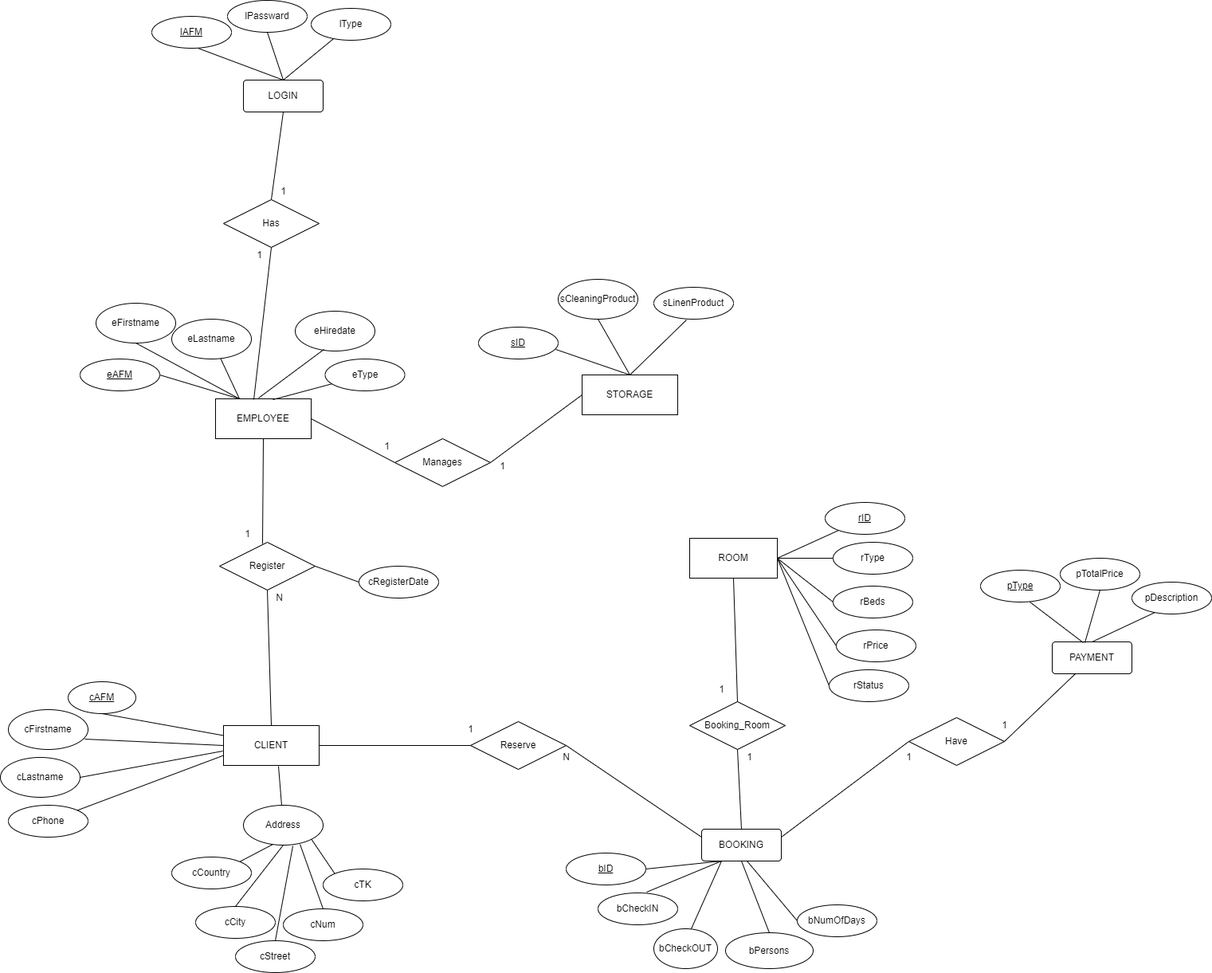
Earlier version of the draw.io export HotelReservationDB.drawio.png (chrmand/HotelReservationApp). Source tidied: cells renumbered, new cells last; positions are measured from the earlier drawing's top-left corner, leaving out a move shared by most shapes.
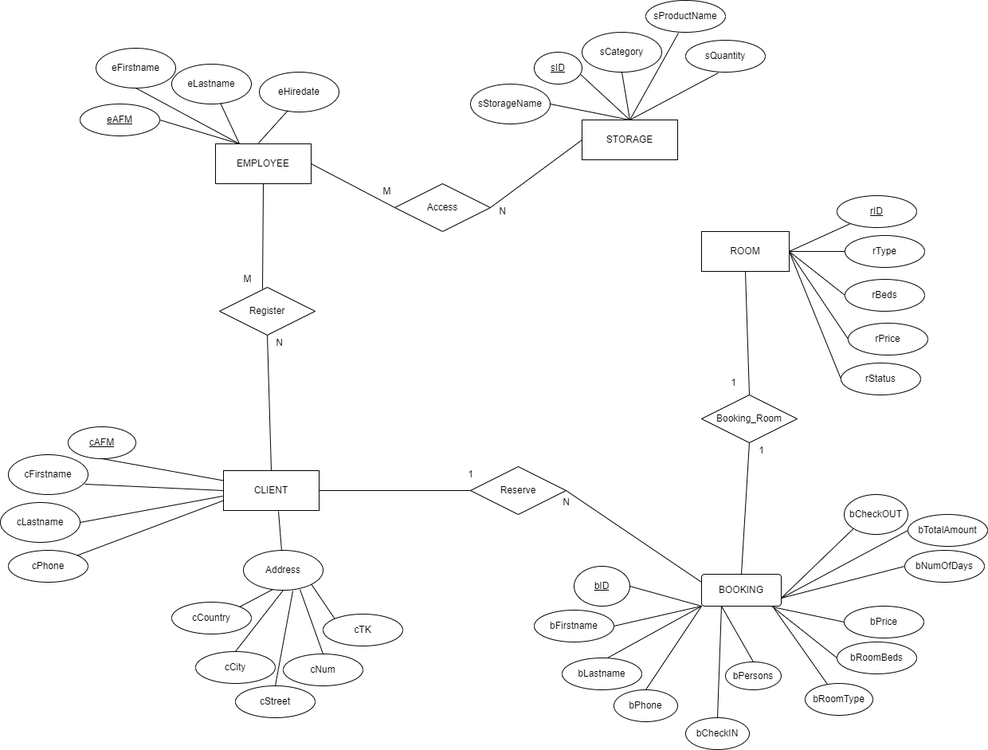
After the commit.

The edit, as a diff of the source:
```diff
@@ -65,14 +65,14 @@
     <mxCell id="22" value="rID" style="ellipse;whiteSpace=wrap;html=1;align=center;fontStyle=4;" parent="1" vertex="1">
-      <mxGeometry x="1035" y="630" width="100" height="40" as="geometry" />
+      <mxGeometry x="1050" y="565" width="100" height="40" as="geometry" />
     </mxCell>
     <mxCell id="23" value="bCheckIN" style="ellipse;whiteSpace=wrap;html=1;align=center;" parent="1" vertex="1">
-      <mxGeometry x="750" y="1120" width="100" height="40" as="geometry" />
+      <mxGeometry x="860" y="1220" width="80" height="40" as="geometry" />
     </mxCell>
     <mxCell id="24" value="bCheckOUT" style="ellipse;whiteSpace=wrap;html=1;align=center;" parent="1" vertex="1">
-      <mxGeometry x="820" y="1165" width="80" height="50" as="geometry" />
+      <mxGeometry x="1059" y="940" width="80" height="50" as="geometry" />
     </mxCell>
-    <mxCell id="25" style="endArrow=none;html=1;rounded=0;exitX=0.61;exitY=-0.025;exitDx=0;exitDy=0;exitPerimeter=0;entryX=0.25;entryY=1;entryDx=0;entryDy=0;" parent="1" edge="1" source="23" target="71">
+    <mxCell id="25" style="endArrow=none;html=1;rounded=0;exitX=0.5;exitY=0;exitDx=0;exitDy=0;entryX=0.25;entryY=1;entryDx=0;entryDy=0;" parent="1" edge="1" source="23" target="71">
       <mxGeometry relative="1" as="geometry" />
     </mxCell>
-    <mxCell id="26" style="endArrow=none;html=1;rounded=0;entryX=0.25;entryY=1;entryDx=0;entryDy=0;exitX=0.588;exitY=0;exitDx=0;exitDy=0;exitPerimeter=0;" parent="1" edge="1" source="24" target="71">
+    <mxCell id="26" style="endArrow=none;html=1;rounded=0;entryX=1;entryY=0.75;entryDx=0;entryDy=0;exitX=0;exitY=1;exitDx=0;exitDy=0;" parent="1" edge="1" source="24" target="71">
       <mxGeometry relative="1" as="geometry" />
@@ -80,5 +80,5 @@
     <mxCell id="27" value="bNumOfDays" style="ellipse;whiteSpace=wrap;html=1;align=center;" parent="1" vertex="1">
-      <mxGeometry x="1000" y="1135" width="100" height="40" as="geometry" />
+      <mxGeometry x="1135" y="1010" width="100" height="40" as="geometry" />
     </mxCell>
-    <mxCell id="28" style="endArrow=none;html=1;rounded=0;entryX=0;entryY=0.5;entryDx=0;entryDy=0;exitX=0.57;exitY=1;exitDx=0;exitDy=0;exitPerimeter=0;" parent="1" edge="1" source="71" target="27">
+    <mxCell id="28" style="endArrow=none;html=1;rounded=0;entryX=0;entryY=0.5;entryDx=0;entryDy=0;exitX=1;exitY=0.75;exitDx=0;exitDy=0;" parent="1" edge="1" source="71" target="27">
       <mxGeometry relative="1" as="geometry" />
@@ -86,3 +86,3 @@
     <mxCell id="29" value="ROOM" style="whiteSpace=wrap;html=1;align=center;fontFamily=Helvetica;fontSize=12;fontColor=default;strokeColor=default;fillColor=default;" parent="1" vertex="1">
-      <mxGeometry x="865" y="675" width="110" height="50" as="geometry" />
+      <mxGeometry x="880" y="610" width="110" height="50" as="geometry" />
     </mxCell>
@@ -92,3 +92,3 @@
     <mxCell id="31" value="eHiredate" style="ellipse;whiteSpace=wrap;html=1;align=center;" parent="1" vertex="1">
-      <mxGeometry x="370" y="390" width="100" height="50" as="geometry" />
+      <mxGeometry x="325" y="410" width="100" height="50" as="geometry" />
     </mxCell>
@@ -100,8 +100,2 @@
     </mxCell>
-    <mxCell id="34" style="endArrow=none;html=1;rounded=0;fontFamily=Helvetica;fontSize=12;fontColor=default;exitX=0.6;exitY=0.02;exitDx=0;exitDy=0;exitPerimeter=0;" parent="1" edge="1" source="4" target="35">
-      <mxGeometry relative="1" as="geometry" />
-    </mxCell>
-    <mxCell id="35" value="eType" style="ellipse;whiteSpace=wrap;html=1;align=center;fontFamily=Helvetica;fontSize=12;fontColor=default;strokeColor=default;fillColor=default;" parent="1" vertex="1">
-      <mxGeometry x="407.5" y="450" width="100" height="40" as="geometry" />
-    </mxCell>
     <mxCell id="36" value="Reserve" style="shape=rhombus;perimeter=rhombusPerimeter;whiteSpace=wrap;html=1;align=center;" parent="1" vertex="1">
@@ -118,7 +112,7 @@
     </mxCell>
-    <mxCell id="40" value="sCleaningProduct" style="ellipse;whiteSpace=wrap;html=1;align=center;" parent="1" vertex="1">
-      <mxGeometry x="700" y="350" width="100" height="50" as="geometry" />
+    <mxCell id="40" value="sCategory" style="ellipse;whiteSpace=wrap;html=1;align=center;" parent="1" vertex="1">
+      <mxGeometry x="730" y="360" width="100" height="50" as="geometry" />
     </mxCell>
-    <mxCell id="41" value="sLinenProduct" style="ellipse;whiteSpace=wrap;html=1;align=center;" parent="1" vertex="1">
-      <mxGeometry x="820" y="360" width="100" height="40" as="geometry" />
+    <mxCell id="41" value="sProductName" style="ellipse;whiteSpace=wrap;html=1;align=center;" parent="1" vertex="1">
+      <mxGeometry x="810" y="320" width="100" height="40" as="geometry" />
     </mxCell>
@@ -134,3 +128,3 @@
     <mxCell id="45" value="sID" style="ellipse;whiteSpace=wrap;html=1;align=center;fontStyle=4;" parent="1" vertex="1">
-      <mxGeometry x="600" y="410" width="100" height="40" as="geometry" />
+      <mxGeometry x="670" y="385" width="60" height="40" as="geometry" />
     </mxCell>
@@ -139,4 +133,4 @@
     </mxCell>
-    <mxCell id="47" value="1" style="text;html=1;align=center;verticalAlign=middle;strokeColor=none;fillColor=none;" parent="1" vertex="1">
-      <mxGeometry x="300" y="660" width="20" height="20" as="geometry" />
+    <mxCell id="47" value="M" style="text;html=1;align=center;verticalAlign=middle;strokeColor=none;fillColor=none;" parent="1" vertex="1">
+      <mxGeometry x="295" y="660" width="30" height="20" as="geometry" />
     </mxCell>
@@ -151,3 +145,3 @@
     </mxCell>
-    <mxCell id="51" value="Manages" style="shape=rhombus;perimeter=rhombusPerimeter;whiteSpace=wrap;html=1;align=center;" parent="1" vertex="1">
+    <mxCell id="51" value="Access" style="shape=rhombus;perimeter=rhombusPerimeter;whiteSpace=wrap;html=1;align=center;" parent="1" vertex="1">
       <mxGeometry x="495" y="550" width="120" height="60" as="geometry" />
@@ -157,6 +151,6 @@
     </mxCell>
-    <mxCell id="53" value="1" style="text;html=1;align=center;verticalAlign=middle;strokeColor=none;fillColor=none;" parent="1" vertex="1">
-      <mxGeometry x="475" y="550" width="20" height="20" as="geometry" />
+    <mxCell id="53" value="M" style="text;html=1;align=center;verticalAlign=middle;strokeColor=none;fillColor=none;" parent="1" vertex="1">
+      <mxGeometry x="470" y="550" width="30" height="20" as="geometry" />
     </mxCell>
-    <mxCell id="54" value="1" style="text;html=1;align=center;verticalAlign=middle;strokeColor=none;fillColor=none;" parent="1" vertex="1">
+    <mxCell id="54" value="N" style="text;html=1;align=center;verticalAlign=middle;strokeColor=none;fillColor=none;" parent="1" vertex="1">
       <mxGeometry x="620" y="575" width="20" height="20" as="geometry" />
@@ -181,32 +175,2 @@
     </mxCell>
-    <mxCell id="61" value="LOGIN" style="rounded=1;arcSize=10;whiteSpace=wrap;html=1;align=center;" parent="1" vertex="1">
-      <mxGeometry x="305" y="100" width="100" height="40" as="geometry" />
-    </mxCell>
-    <mxCell id="62" style="endArrow=none;html=1;rounded=0;exitX=0.5;exitY=1;exitDx=0;exitDy=0;entryX=0.5;entryY=0;entryDx=0;entryDy=0;" parent="1" edge="1" source="61" target="63">
-      <mxGeometry relative="1" as="geometry" />
-    </mxCell>
-    <mxCell id="63" value="Has" style="shape=rhombus;perimeter=rhombusPerimeter;whiteSpace=wrap;html=1;align=center;" parent="1" vertex="1">
-      <mxGeometry x="280" y="250" width="120" height="60" as="geometry" />
-    </mxCell>
-    <mxCell id="64" style="endArrow=none;html=1;rounded=0;exitX=0.5;exitY=1;exitDx=0;exitDy=0;entryX=0.4;entryY=0.02;entryDx=0;entryDy=0;entryPerimeter=0;" parent="1" edge="1" source="63" target="4">
-      <mxGeometry relative="1" as="geometry" />
-    </mxCell>
-    <mxCell id="65" style="endArrow=none;html=1;rounded=0;exitX=0.58;exitY=1;exitDx=0;exitDy=0;exitPerimeter=0;entryX=0.5;entryY=0;entryDx=0;entryDy=0;" parent="1" edge="1" source="69" target="61">
-      <mxGeometry relative="1" as="geometry" />
-    </mxCell>
-    <mxCell id="66" style="endArrow=none;html=1;rounded=0;entryX=0.5;entryY=0;entryDx=0;entryDy=0;exitX=0.5;exitY=1;exitDx=0;exitDy=0;" parent="1" edge="1" source="70" target="61">
-      <mxGeometry relative="1" as="geometry" />
-    </mxCell>
-    <mxCell id="67" style="endArrow=none;html=1;rounded=0;exitX=0.5;exitY=0;exitDx=0;exitDy=0;" parent="1" edge="1" source="61" target="68">
-      <mxGeometry relative="1" as="geometry" />
-    </mxCell>
-    <mxCell id="68" value="lType" style="ellipse;whiteSpace=wrap;html=1;align=center;" parent="1" vertex="1">
-      <mxGeometry x="390" y="10" width="100" height="40" as="geometry" />
-    </mxCell>
-    <mxCell id="69" value="lAFM" style="ellipse;whiteSpace=wrap;html=1;align=center;fontStyle=4;" parent="1" vertex="1">
-      <mxGeometry x="190" y="20" width="100" height="40" as="geometry" />
-    </mxCell>
-    <mxCell id="70" value="lPassward" style="ellipse;whiteSpace=wrap;html=1;align=center;" parent="1" vertex="1">
-      <mxGeometry x="285" width="100" height="40" as="geometry" />
-    </mxCell>
     <mxCell id="71" value="BOOKING" style="rounded=1;arcSize=10;whiteSpace=wrap;html=1;align=center;" parent="1" vertex="1">
@@ -227,5 +191,5 @@
     <mxCell id="76" value="bID" style="ellipse;whiteSpace=wrap;html=1;align=center;fontStyle=4;" parent="1" vertex="1">
-      <mxGeometry x="710" y="1070" width="100" height="40" as="geometry" />
+      <mxGeometry x="720" y="1030" width="70" height="50" as="geometry" />
     </mxCell>
-    <mxCell id="77" style="endArrow=none;html=1;rounded=0;exitX=1;exitY=0.5;exitDx=0;exitDy=0;entryX=0.25;entryY=1;entryDx=0;entryDy=0;" parent="1" edge="1" source="76" target="71">
+    <mxCell id="77" style="endArrow=none;html=1;rounded=0;exitX=1;exitY=0.5;exitDx=0;exitDy=0;entryX=0;entryY=1;entryDx=0;entryDy=0;" parent="1" edge="1" source="76" target="71">
       <mxGeometry relative="1" as="geometry" />
@@ -233,5 +197,5 @@
     <mxCell id="78" value="bPersons" style="ellipse;whiteSpace=wrap;html=1;align=center;" parent="1" vertex="1">
-      <mxGeometry x="910" y="1170" width="110" height="45" as="geometry" />
+      <mxGeometry x="910" y="1150" width="70" height="35" as="geometry" />
     </mxCell>
-    <mxCell id="79" style="endArrow=none;html=1;rounded=0;exitX=0.5;exitY=1;exitDx=0;exitDy=0;entryX=0.5;entryY=0;entryDx=0;entryDy=0;" parent="1" edge="1" source="71" target="78">
+    <mxCell id="79" style="endArrow=none;html=1;rounded=0;entryX=0.5;entryY=0;entryDx=0;entryDy=0;exitX=0.25;exitY=1;exitDx=0;exitDy=0;" parent="1" edge="1" source="71" target="78">
       <mxGeometry relative="1" as="geometry" />
@@ -239,3 +203,3 @@
     <mxCell id="80" value="Booking_Room" style="shape=rhombus;perimeter=rhombusPerimeter;whiteSpace=wrap;html=1;align=center;" parent="1" vertex="1">
-      <mxGeometry x="865" y="880" width="120" height="60" as="geometry" />
+      <mxGeometry x="880" y="815" width="120" height="60" as="geometry" />
     </mxCell>
@@ -248,43 +212,7 @@
     <mxCell id="83" value="1" style="text;html=1;align=center;verticalAlign=middle;strokeColor=none;fillColor=none;" parent="1" vertex="1">
-      <mxGeometry x="930" y="940" width="20" height="20" as="geometry" />
+      <mxGeometry x="945" y="875" width="20" height="20" as="geometry" />
     </mxCell>
     <mxCell id="84" value="1" style="text;html=1;align=center;verticalAlign=middle;strokeColor=none;fillColor=none;" parent="1" vertex="1">
-      <mxGeometry x="895" y="855" width="20" height="20" as="geometry" />
+      <mxGeometry x="910" y="790" width="20" height="20" as="geometry" />
     </mxCell>
-    <mxCell id="85" style="endArrow=none;html=1;rounded=0;exitX=1;exitY=0.25;exitDx=0;exitDy=0;entryX=0;entryY=0.5;entryDx=0;entryDy=0;" parent="1" edge="1" source="71" target="86">
-      <mxGeometry relative="1" as="geometry" />
-    </mxCell>
-    <mxCell id="86" value="Have" style="shape=rhombus;perimeter=rhombusPerimeter;whiteSpace=wrap;html=1;align=center;" parent="1" vertex="1">
-      <mxGeometry x="1140" y="900" width="120" height="60" as="geometry" />
-    </mxCell>
-    <mxCell id="87" style="endArrow=none;html=1;rounded=0;exitX=1;exitY=0.5;exitDx=0;exitDy=0;" parent="1" edge="1" source="86" target="88">
-      <mxGeometry relative="1" as="geometry" />
-    </mxCell>
-    <mxCell id="88" value="PAYMENT" style="rounded=1;arcSize=10;whiteSpace=wrap;html=1;align=center;" parent="1" vertex="1">
-      <mxGeometry x="1320" y="805" width="100" height="40" as="geometry" />
-    </mxCell>
-    <mxCell id="89" style="endArrow=none;html=1;rounded=0;exitX=0.39;exitY=0.025;exitDx=0;exitDy=0;exitPerimeter=0;entryX=0.62;entryY=1;entryDx=0;entryDy=0;entryPerimeter=0;" parent="1" edge="1" source="88" target="94">
-      <mxGeometry relative="1" as="geometry" />
-    </mxCell>
-    <mxCell id="90" style="endArrow=none;html=1;rounded=0;exitX=0.5;exitY=0;exitDx=0;exitDy=0;entryX=0.29;entryY=0.95;entryDx=0;entryDy=0;entryPerimeter=0;" parent="1" edge="1" source="88" target="92">
-      <mxGeometry relative="1" as="geometry" />
-    </mxCell>
-    <mxCell id="91" style="endArrow=none;html=1;rounded=0;exitX=0.41;exitY=0.025;exitDx=0;exitDy=0;exitPerimeter=0;entryX=0.5;entryY=1;entryDx=0;entryDy=0;" parent="1" edge="1" source="88" target="93">
-      <mxGeometry relative="1" as="geometry" />
-    </mxCell>
-    <mxCell id="92" value="pDescription" style="ellipse;whiteSpace=wrap;html=1;align=center;" parent="1" vertex="1">
-      <mxGeometry x="1420" y="730" width="100" height="40" as="geometry" />
-    </mxCell>
-    <mxCell id="93" value="pTotalPrice" style="ellipse;whiteSpace=wrap;html=1;align=center;" parent="1" vertex="1">
-      <mxGeometry x="1330" y="700" width="100" height="40" as="geometry" />
-    </mxCell>
-    <mxCell id="94" value="pType" style="ellipse;whiteSpace=wrap;html=1;align=center;fontStyle=4;" parent="1" vertex="1">
-      <mxGeometry x="1230" y="715" width="100" height="40" as="geometry" />
-    </mxCell>
-    <mxCell id="95" value="1" style="text;html=1;align=center;verticalAlign=middle;strokeColor=none;fillColor=none;" parent="1" vertex="1">
-      <mxGeometry x="1130" y="940" width="20" height="20" as="geometry" />
-    </mxCell>
-    <mxCell id="96" value="1" style="text;html=1;align=center;verticalAlign=middle;strokeColor=none;fillColor=none;" parent="1" vertex="1">
-      <mxGeometry x="1250" y="900" width="20" height="20" as="geometry" />
-    </mxCell>
     <mxCell id="97" style="endArrow=none;html=1;rounded=0;exitX=1;exitY=0.5;exitDx=0;exitDy=0;entryX=0;entryY=0.5;entryDx=0;entryDy=0;" parent="1" edge="1" source="29" target="98">
@@ -293,6 +221,6 @@
     <mxCell id="98" value="rBeds" style="ellipse;whiteSpace=wrap;html=1;align=center;" parent="1" vertex="1">
-      <mxGeometry x="1045" y="735" width="100" height="40" as="geometry" />
+      <mxGeometry x="1060" y="670" width="100" height="40" as="geometry" />
     </mxCell>
     <mxCell id="99" value="rType" style="ellipse;whiteSpace=wrap;html=1;align=center;" parent="1" vertex="1">
-      <mxGeometry x="1045" y="680" width="100" height="40" as="geometry" />
+      <mxGeometry x="1060" y="615" width="100" height="40" as="geometry" />
     </mxCell>
@@ -301,16 +229,4 @@
     </mxCell>
-    <mxCell id="101" value="cRegisterDate" style="ellipse;whiteSpace=wrap;html=1;align=center;" parent="1" vertex="1">
-      <mxGeometry x="450" y="710" width="100" height="40" as="geometry" />
-    </mxCell>
-    <mxCell id="102" style="endArrow=none;html=1;rounded=0;exitX=1;exitY=0.5;exitDx=0;exitDy=0;entryX=0;entryY=0.5;entryDx=0;entryDy=0;entryPerimeter=0;" parent="1" edge="1" source="37" target="101">
-      <mxGeometry relative="1" as="geometry" />
-    </mxCell>
-    <mxCell id="103" value="1" style="text;html=1;align=center;verticalAlign=middle;strokeColor=none;fillColor=none;" parent="1" vertex="1">
-      <mxGeometry x="345" y="230" width="20" height="20" as="geometry" />
-    </mxCell>
-    <mxCell id="104" value="1" style="text;html=1;align=center;verticalAlign=middle;strokeColor=none;fillColor=none;" parent="1" vertex="1">
-      <mxGeometry x="315" y="310" width="20" height="20" as="geometry" />
-    </mxCell>
     <mxCell id="105" value="rPrice" style="ellipse;whiteSpace=wrap;html=1;align=center;" parent="1" vertex="1">
-      <mxGeometry x="1049" y="790" width="100" height="40" as="geometry" />
+      <mxGeometry x="1064" y="725" width="100" height="40" as="geometry" />
     </mxCell>
@@ -323,4 +239,58 @@
     <mxCell id="108" value="rStatus" style="ellipse;whiteSpace=wrap;html=1;align=center;" parent="1" vertex="1">
-      <mxGeometry x="1040" y="840" width="100" height="40" as="geometry" />
+      <mxGeometry x="1055" y="775" width="100" height="40" as="geometry" />
     </mxCell>
+    <mxCell id="109" value="sStorageName" style="ellipse;whiteSpace=wrap;html=1;align=center;" parent="1" vertex="1">
+      <mxGeometry x="590" y="425" width="100" height="50" as="geometry" />
+    </mxCell>
+    <mxCell id="110" style="endArrow=none;html=1;rounded=0;entryX=1;entryY=0.5;entryDx=0;entryDy=0;exitX=0.5;exitY=0;exitDx=0;exitDy=0;" parent="1" edge="1" source="3" target="109">
+      <mxGeometry relative="1" as="geometry" />
+    </mxCell>
+    <mxCell id="111" value="sQuantity" style="ellipse;whiteSpace=wrap;html=1;align=center;" parent="1" vertex="1">
+      <mxGeometry x="860" y="370" width="100" height="40" as="geometry" />
+    </mxCell>
+    <mxCell id="112" style="endArrow=none;html=1;rounded=0;exitX=0.41;exitY=1.025;exitDx=0;exitDy=0;exitPerimeter=0;entryX=0.5;entryY=0;entryDx=0;entryDy=0;" parent="1" edge="1" source="111" target="3">
+      <mxGeometry relative="1" as="geometry" />
+    </mxCell>
+    <mxCell id="113" value="bFirstname" style="ellipse;whiteSpace=wrap;html=1;align=center;" parent="1" vertex="1">
+      <mxGeometry x="670" y="1085" width="100" height="40" as="geometry" />
+    </mxCell>
+    <mxCell id="114" value="bLastname" style="ellipse;whiteSpace=wrap;html=1;align=center;" parent="1" vertex="1">
+      <mxGeometry x="705" y="1145" width="100" height="40" as="geometry" />
+    </mxCell>
+    <mxCell id="115" value="bPhone" style="ellipse;whiteSpace=wrap;html=1;align=center;" parent="1" vertex="1">
+      <mxGeometry x="770" y="1185" width="80" height="40" as="geometry" />
+    </mxCell>
+    <mxCell id="116" value="bPrice" style="ellipse;whiteSpace=wrap;html=1;align=center;" parent="1" vertex="1">
+      <mxGeometry x="1059" y="1080" width="100" height="40" as="geometry" />
+    </mxCell>
+    <mxCell id="117" value="bRoomType" style="ellipse;whiteSpace=wrap;html=1;align=center;" parent="1" vertex="1">
+      <mxGeometry x="1010" y="1177" width="85" height="40" as="geometry" />
+    </mxCell>
+    <mxCell id="118" value="bTotalAmount" style="ellipse;whiteSpace=wrap;html=1;align=center;" parent="1" vertex="1">
+      <mxGeometry x="1139" y="965" width="100" height="40" as="geometry" />
+    </mxCell>
+    <mxCell id="119" value="bRoomBeds" style="ellipse;whiteSpace=wrap;html=1;align=center;" parent="1" vertex="1">
+      <mxGeometry x="1050" y="1125" width="100" height="40" as="geometry" />
+    </mxCell>
+    <mxCell id="120" style="endArrow=none;html=1;rounded=0;entryX=0;entryY=1;entryDx=0;entryDy=0;exitX=1;exitY=0.5;exitDx=0;exitDy=0;" parent="1" edge="1" source="113" target="71">
+      <mxGeometry relative="1" as="geometry" />
+    </mxCell>
+    <mxCell id="121" style="endArrow=none;html=1;rounded=0;exitX=0.57;exitY=0;exitDx=0;exitDy=0;entryX=0;entryY=1;entryDx=0;entryDy=0;exitPerimeter=0;" parent="1" edge="1" source="114" target="71">
+      <mxGeometry relative="1" as="geometry" />
+    </mxCell>
+    <mxCell id="122" style="endArrow=none;html=1;rounded=0;exitX=0.5;exitY=0;exitDx=0;exitDy=0;entryX=0;entryY=1;entryDx=0;entryDy=0;" parent="1" edge="1" source="115" target="71">
+      <mxGeometry relative="1" as="geometry" />
+    </mxCell>
+    <mxCell id="123" style="endArrow=none;html=1;rounded=0;exitX=0;exitY=0.5;exitDx=0;exitDy=0;entryX=0.89;entryY=1.025;entryDx=0;entryDy=0;entryPerimeter=0;" parent="1" edge="1" source="116" target="71">
+      <mxGeometry relative="1" as="geometry" />
+    </mxCell>
+    <mxCell id="124" style="endArrow=none;html=1;rounded=0;exitX=0;exitY=0.5;exitDx=0;exitDy=0;entryX=0.88;entryY=1;entryDx=0;entryDy=0;entryPerimeter=0;" parent="1" edge="1" source="119" target="71">
+      <mxGeometry relative="1" as="geometry" />
+    </mxCell>
+    <mxCell id="125" style="endArrow=none;html=1;rounded=0;exitX=0.329;exitY=0.025;exitDx=0;exitDy=0;exitPerimeter=0;entryX=0.91;entryY=1.075;entryDx=0;entryDy=0;entryPerimeter=0;" parent="1" edge="1" source="117" target="71">
+      <mxGeometry relative="1" as="geometry" />
+    </mxCell>
+    <mxCell id="126" style="endArrow=none;html=1;rounded=0;exitX=1;exitY=0.75;exitDx=0;exitDy=0;entryX=0;entryY=0.5;entryDx=0;entryDy=0;" parent="1" edge="1" source="71" target="118">
+      <mxGeometry relative="1" as="geometry" />
+    </mxCell>
   </root>
```
